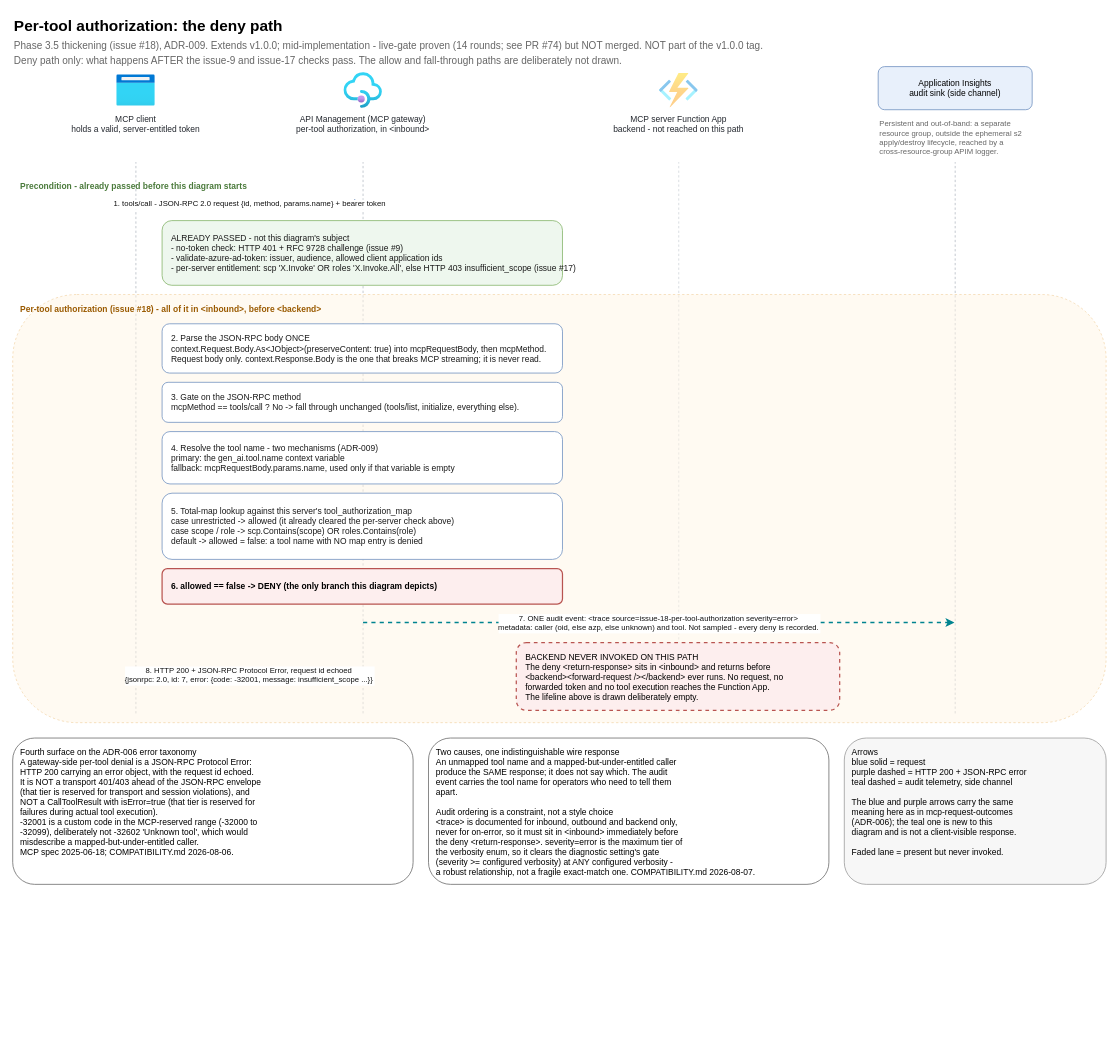
The draw.io diagram docs/diagrams/per-tool-deny-path.drawio in collaborationwithothers/mcp-platform-azure, before the edit. Source tidied: cells renumbered, new cells numbered last; positions are measured from the earlier drawing's top-left corner, leaving out a move shared by most shapes. Both pictures are drawn from the tidied source at 77%, with x=0, y=0 at pixel (12, 12).
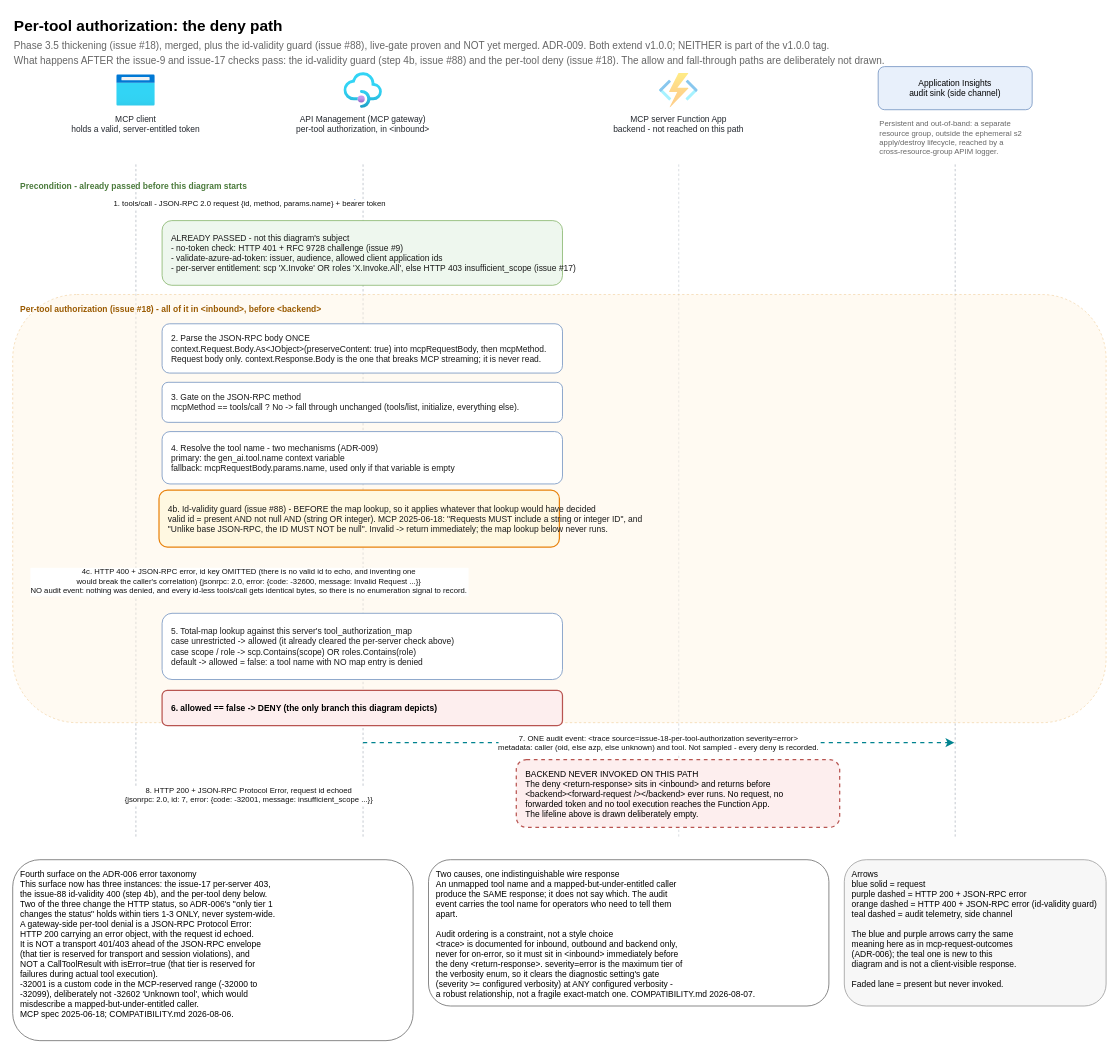
Above is the later version.

Commit message (it also covers changes not shown here):
fix(#88): reject id-less/null-id tools/call before authorization (#102)

The edit, as a diff of the source:
```diff
@@
-    <mxCell id="3" value="Phase 3.5 thickening (issue #18), ADR-009. Extends v1.0.0; mid-implementation - live-gate proven (14 rounds; see PR #74) but NOT merged. NOT part of the v1.0.0 tag." style="text;align=left;verticalAlign=middle;fontSize=13;fontColor=#666666;strokeColor=none;fillColor=none;" parent="1" vertex="1">
+    <mxCell id="3" value="Phase 3.5 thickening (issue #18), merged, plus the id-validity guard (issue #88), live-gate proven and NOT yet merged. ADR-009. Both extend v1.0.0; NEITHER is part of the v1.0.0 tag." style="text;align=left;verticalAlign=middle;fontSize=13;fontColor=#666666;strokeColor=none;fillColor=none;" parent="1" vertex="1">
       <mxGeometry y="32" width="1100" height="20" as="geometry" />
     </mxCell>
-    <mxCell id="4" value="Deny path only: what happens AFTER the issue-9 and issue-17 checks pass. The allow and fall-through paths are deliberately not drawn." style="text;align=left;verticalAlign=middle;fontSize=13;fontColor=#666666;strokeColor=none;fillColor=none;" parent="1" vertex="1">
+    <mxCell id="4" value="What happens AFTER the issue-9 and issue-17 checks pass: the id-validity guard (step 4b, issue #88) and the per-tool deny (issue #18). The allow and fall-through paths are deliberately not drawn." style="text;align=left;verticalAlign=middle;fontSize=13;fontColor=#666666;strokeColor=none;fillColor=none;" parent="1" vertex="1">
       <mxGeometry y="52" width="1100" height="20" as="geometry" />
     </mxCell>
@@
     <mxCell id="6" style="shape=line;direction=north;strokeColor=#b3b9c2;strokeWidth=1;dashed=1;" parent="1" vertex="1">
-      <mxGeometry x="159" y="194" width="2" height="716" as="geometry" />
+      <mxGeometry x="159" y="194" width="2" height="876" as="geometry" />
     </mxCell>
@@
     <mxCell id="8" style="shape=line;direction=north;strokeColor=#b3b9c2;strokeWidth=1;dashed=1;" parent="1" vertex="1">
-      <mxGeometry x="454" y="194" width="2" height="716" as="geometry" />
+      <mxGeometry x="454" y="194" width="2" height="876" as="geometry" />
     </mxCell>
@@
     <mxCell id="10" style="shape=line;direction=north;strokeColor=#cfd4da;strokeWidth=1;dashed=1;" parent="1" vertex="1">
-      <mxGeometry x="864" y="194" width="2" height="716" as="geometry" />
+      <mxGeometry x="864" y="194" width="2" height="876" as="geometry" />
     </mxCell>
@@
     <mxCell id="13" style="shape=line;direction=north;strokeColor=#b3b9c2;strokeWidth=1;dashed=1;" parent="1" vertex="1">
-      <mxGeometry x="1223" y="194" width="2" height="716" as="geometry" />
+      <mxGeometry x="1223" y="194" width="2" height="876" as="geometry" />
     </mxCell>
@@
     <mxCell id="22" value="5. Total-map lookup against this server's tool_authorization_map&#10;case unrestricted   -&gt; allowed (it already cleared the per-server check above)&#10;case scope / role   -&gt; scp.Contains(scope) OR roles.Contains(role)&#10;default             -&gt; allowed = false: a tool name with NO map entry is denied" style="rounded=1;fillColor=#ffffff;strokeColor=#6c8ebf;fontColor=#1a1a1a;fontSize=11;align=left;verticalAlign=middle;spacingLeft=10;spacingRight=10;" parent="1" vertex="1">
-      <mxGeometry x="194" y="624" width="520" height="86" as="geometry" />
+      <mxGeometry x="194" y="780" width="520" height="86" as="geometry" />
     </mxCell>
     <mxCell id="23" value="6. allowed == false   -&gt;   DENY   (the only branch this diagram depicts)" style="rounded=1;fillColor=#fdeeee;strokeColor=#b85450;strokeWidth=1.6;fontColor=#000000;fontSize=11;fontStyle=1;align=left;verticalAlign=middle;spacingLeft=10;spacingRight=10;" parent="1" vertex="1">
-      <mxGeometry x="194" y="722" width="520" height="46" as="geometry" />
+      <mxGeometry x="194" y="880" width="520" height="46" as="geometry" />
     </mxCell>
+    <mxCell id="30" value="4c. HTTP 400 + JSON-RPC error, id key OMITTED (there is no valid id to echo, and inventing one&#10;would break the caller's correlation)   {jsonrpc: 2.0, error: {code: -32600, message: Invalid Request ...}}&#10;NO audit event: nothing was denied, and every id-less tools/call gets identical bytes, so there is no enumeration signal to record." style="endArrow=classic;endFill=1;rounded=0;dashed=1;strokeColor=#e8820c;strokeWidth=1.8;fontSize=10;fontColor=#111111;labelBackgroundColor=#ffffff;spacing=2;" parent="1" edge="1">
+      <mxGeometry relative="1" as="geometry">
+        <mxPoint x="455" y="738" as="sourcePoint" />
+        <mxPoint x="160" y="738" as="targetPoint" />
+      </mxGeometry>
+    </mxCell>
     <mxCell id="24" value="7. ONE audit event: &lt;trace source=issue-18-per-tool-authorization severity=error&gt;&#10;metadata: caller (oid, else azp, else unknown) and tool. Not sampled - every deny is recorded." style="endArrow=classic;endFill=1;rounded=0;dashed=1;strokeColor=#00838f;strokeWidth=1.8;fontSize=10;fontColor=#111111;labelBackgroundColor=#ffffff;spacing=2;" parent="1" edge="1">
       <mxGeometry relative="1" as="geometry">
-        <mxPoint x="455" y="792" as="sourcePoint" />
-        <mxPoint x="1223" y="792" as="targetPoint" />
+        <mxPoint x="455" y="948" as="sourcePoint" />
+        <mxPoint x="1223" y="948" as="targetPoint" />
       </mxGeometry>
     </mxCell>
     <mxCell id="25" value="8. HTTP 200 + JSON-RPC Protocol Error, request id echoed&#10;{jsonrpc: 2.0, id: 7, error: {code: -32001, message: insufficient_scope ...}}" style="endArrow=classic;endFill=1;rounded=0;dashed=1;strokeColor=#7b1fa2;strokeWidth=1.8;fontSize=10;fontColor=#111111;labelBackgroundColor=#ffffff;spacing=2;" parent="1" edge="1">
       <mxGeometry relative="1" as="geometry">
-        <mxPoint x="455" y="860" as="sourcePoint" />
-        <mxPoint x="160" y="860" as="targetPoint" />
+        <mxPoint x="455" y="1016" as="sourcePoint" />
+        <mxPoint x="160" y="1016" as="targetPoint" />
       </mxGeometry>
     </mxCell>
     <mxCell id="26" value="BACKEND NEVER INVOKED ON THIS PATH&#10;The deny &lt;return-response&gt; sits in &lt;inbound&gt; and returns before&#10;&lt;backend&gt;&lt;forward-request /&gt;&lt;/backend&gt; ever runs. No request, no&#10;forwarded token and no tool execution reaches the Function App.&#10;The lifeline above is drawn deliberately empty." style="rounded=1;fillColor=#fdeeee;strokeColor=#b85450;strokeWidth=1.6;dashed=1;fontColor=#000000;fontSize=11;align=left;verticalAlign=middle;spacingLeft=10;spacingRight=10;" parent="1" vertex="1">
-      <mxGeometry x="654" y="818" width="420" height="88" as="geometry" />
+      <mxGeometry x="654" y="970" width="420" height="88" as="geometry" />
     </mxCell>
-    <mxCell id="27" value="Fourth surface on the ADR-006 error taxonomy&#10;A gateway-side per-tool denial is a JSON-RPC Protocol Error:&#10;HTTP 200 carrying an error object, with the request id echoed.&#10;It is NOT a transport 401/403 ahead of the JSON-RPC envelope&#10;(that tier is reserved for transport and session violations), and&#10;NOT a CallToolResult with isError=true (that tier is reserved for&#10;failures during actual tool execution).&#10;-32001 is a custom code in the MCP-reserved range (-32000 to&#10;-32099), deliberately not -32602 'Unknown tool', which would&#10;misdescribe a mapped-but-under-entitled caller.&#10;MCP spec 2025-06-18; COMPATIBILITY.md 2026-08-06." style="rounded=1;fillColor=#ffffff;strokeColor=#666666;fontColor=#000000;fontSize=11;align=left;verticalAlign=top;spacingLeft=8;spacingRight=8;spacingTop=6;" parent="1" vertex="1">
-      <mxGeometry y="942" width="520" height="190" as="geometry" />
+    <mxCell id="27" value="Fourth surface on the ADR-006 error taxonomy&#10;This surface now has three instances: the issue-17 per-server 403,&#10;the issue-88 id-validity 400 (step 4b), and the per-tool deny below.&#10;Two of the three change the HTTP status, so ADR-006's &quot;only tier 1&#10;changes the status&quot; holds within tiers 1-3 ONLY, never system-wide.&#10;A gateway-side per-tool denial is a JSON-RPC Protocol Error:&#10;HTTP 200 carrying an error object, with the request id echoed.&#10;It is NOT a transport 401/403 ahead of the JSON-RPC envelope&#10;(that tier is reserved for transport and session violations), and&#10;NOT a CallToolResult with isError=true (that tier is reserved for&#10;failures during actual tool execution).&#10;-32001 is a custom code in the MCP-reserved range (-32000 to&#10;-32099), deliberately not -32602 'Unknown tool', which would&#10;misdescribe a mapped-but-under-entitled caller.&#10;MCP spec 2025-06-18; COMPATIBILITY.md 2026-08-06." style="rounded=1;fillColor=#ffffff;strokeColor=#666666;fontColor=#000000;fontSize=11;align=left;verticalAlign=top;spacingLeft=8;spacingRight=8;spacingTop=6;" parent="1" vertex="1">
+      <mxGeometry y="1100" width="520" height="235" as="geometry" />
     </mxCell>
     <mxCell id="28" value="Two causes, one indistinguishable wire response&#10;An unmapped tool name and a mapped-but-under-entitled caller&#10;produce the SAME response; it does not say which. The audit&#10;event carries the tool name for operators who need to tell them&#10;apart.&#10;&#10;Audit ordering is a constraint, not a style choice&#10;&lt;trace&gt; is documented for inbound, outbound and backend only,&#10;never for on-error, so it must sit in &lt;inbound&gt; immediately before&#10;the deny &lt;return-response&gt;. severity=error is the maximum tier of&#10;the verbosity enum, so it clears the diagnostic setting's gate&#10;(severity &gt;= configured verbosity) at ANY configured verbosity -&#10;a robust relationship, not a fragile exact-match one. COMPATIBILITY.md 2026-08-07." style="rounded=1;fillColor=#ffffff;strokeColor=#666666;fontColor=#000000;fontSize=11;align=left;verticalAlign=top;spacingLeft=8;spacingRight=8;spacingTop=6;" parent="1" vertex="1">
-      <mxGeometry x="540" y="942" width="520" height="190" as="geometry" />
+      <mxGeometry x="540" y="1100" width="520" height="190" as="geometry" />
     </mxCell>
-    <mxCell id="29" value="Arrows&#10;blue solid       = request&#10;purple dashed = HTTP 200 + JSON-RPC error&#10;teal dashed    = audit telemetry, side channel&#10;&#10;The blue and purple arrows carry the same&#10;meaning here as in mcp-request-outcomes&#10;(ADR-006); the teal one is new to this&#10;diagram and is not a client-visible response.&#10;&#10;Faded lane = present but never invoked." style="rounded=1;fillColor=#f7f7f7;strokeColor=#999999;fontColor=#000000;fontSize=11;align=left;verticalAlign=top;spacingLeft=8;spacingRight=8;spacingTop=6;" parent="1" vertex="1">
-      <mxGeometry x="1080" y="942" width="340" height="190" as="geometry" />
+    <mxCell id="29" value="Arrows&#10;blue solid       = request&#10;purple dashed = HTTP 200 + JSON-RPC error&#10;orange dashed = HTTP 400 + JSON-RPC error (id-validity guard)&#10;teal dashed    = audit telemetry, side channel&#10;&#10;The blue and purple arrows carry the same&#10;meaning here as in mcp-request-outcomes&#10;(ADR-006); the teal one is new to this&#10;diagram and is not a client-visible response.&#10;&#10;Faded lane = present but never invoked." style="rounded=1;fillColor=#f7f7f7;strokeColor=#999999;fontColor=#000000;fontSize=11;align=left;verticalAlign=top;spacingLeft=8;spacingRight=8;spacingTop=6;" parent="1" vertex="1">
+      <mxGeometry x="1080" y="1100" width="340" height="190" as="geometry" />
     </mxCell>
+    <mxCell id="31" value="4b. Id-validity guard (issue #88) - BEFORE the map lookup, so it applies whatever that lookup would have decided&#10;valid id = present AND not null AND (string OR integer).   MCP 2025-06-18: &quot;Requests MUST include a string or integer ID&quot;, and&#10;&quot;Unlike base JSON-RPC, the ID MUST NOT be null&quot;.   Invalid -&gt; return immediately; the map lookup below never runs." style="rounded=1;fillColor=#fff8e1;strokeColor=#e8820c;strokeWidth=1.6;fontColor=#1a1a1a;fontSize=11;align=left;verticalAlign=middle;spacingLeft=10;spacingRight=10;" parent="1" vertex="1">
+      <mxGeometry x="190" y="620" width="520" height="74" as="geometry" />
+    </mxCell>
```
